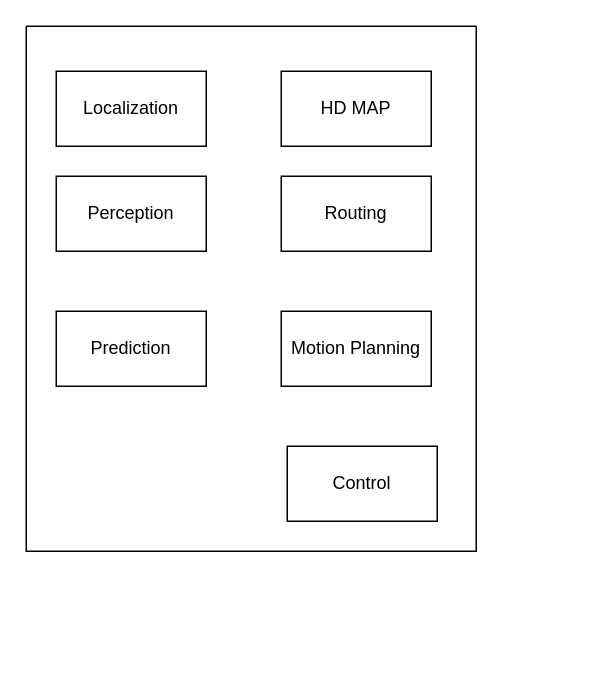
Earlier version of the draw.io diagram Untitled Diagram.drawio (smallzjuer/sav-smu.github.io). Source tidied: cells renumbered, new cells numbered last; positions are measured from the earlier drawing's top-left corner, leaving out a move shared by most shapes. Both pictures are drawn from the tidied source at 150%, with x=0, y=0 at pixel (26, 26).
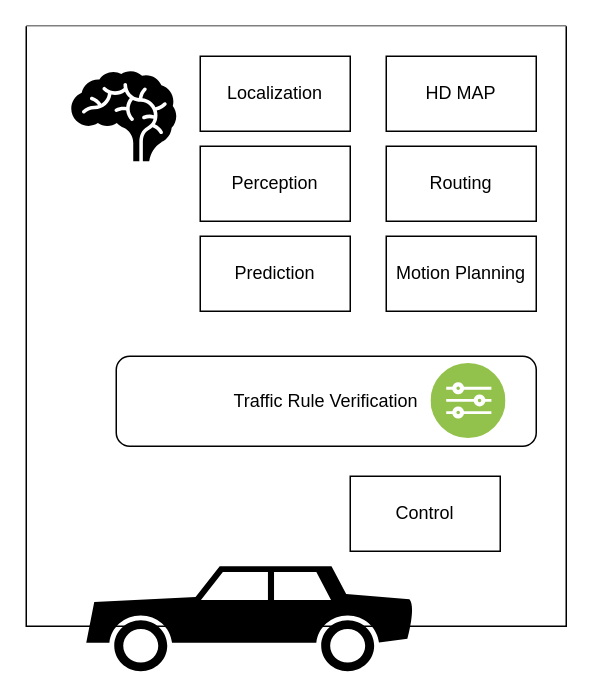
Above is the later version.

The edit, as a diff of the source:
```diff
@@
 <mxGraphModel>
   <root>
     <mxCell id="0" />
     <mxCell id="1" parent="0" />
-    <mxCell id="2" style="swimlane;startSize=0;" parent="1" vertex="1">
-      <mxGeometry width="300" height="350" as="geometry" />
+    <mxCell id="2" style="swimlane;startSize=0;gradientColor=#ffffff;swimlaneFillColor=default;" parent="1" vertex="1">
+      <mxGeometry width="360" height="400" as="geometry" />
     </mxCell>
-    <mxCell id="3" value="Control" style="rounded=0;whiteSpace=wrap;html=1;" parent="2" vertex="1">
-      <mxGeometry x="174" y="280" width="100" height="50" as="geometry" />
-    </mxCell>
     <mxCell id="4" value="Perception" style="rounded=0;whiteSpace=wrap;html=1;" parent="2" vertex="1">
-      <mxGeometry x="20" y="100" width="100" height="50" as="geometry" />
+      <mxGeometry x="116" y="80" width="100" height="50" as="geometry" />
     </mxCell>
     <mxCell id="5" value="Localization" style="rounded=0;whiteSpace=wrap;html=1;" parent="2" vertex="1">
-      <mxGeometry x="20" y="30" width="100" height="50" as="geometry" />
+      <mxGeometry x="116" y="20" width="100" height="50" as="geometry" />
     </mxCell>
     <mxCell id="6" value="HD MAP" style="rounded=0;whiteSpace=wrap;html=1;" parent="2" vertex="1">
-      <mxGeometry x="170" y="30" width="100" height="50" as="geometry" />
+      <mxGeometry x="240" y="20" width="100" height="50" as="geometry" />
     </mxCell>
     <mxCell id="7" value="Routing" style="rounded=0;whiteSpace=wrap;html=1;" parent="2" vertex="1">
-      <mxGeometry x="170" y="100" width="100" height="50" as="geometry" />
+      <mxGeometry x="240" y="80" width="100" height="50" as="geometry" />
     </mxCell>
     <mxCell id="8" value="Prediction" style="rounded=0;whiteSpace=wrap;html=1;" parent="2" vertex="1">
-      <mxGeometry x="20" y="190" width="100" height="50" as="geometry" />
+      <mxGeometry x="116" y="140" width="100" height="50" as="geometry" />
     </mxCell>
     <mxCell id="9" value="Motion Planning" style="rounded=0;whiteSpace=wrap;html=1;" parent="2" vertex="1">
-      <mxGeometry x="170" y="190" width="100" height="50" as="geometry" />
+      <mxGeometry x="240" y="140" width="100" height="50" as="geometry" />
     </mxCell>
+    <mxCell id="10" style="shape=mxgraph.signs.healthcare.brain;html=1;fillColor=#000000;strokeColor=none;verticalLabelPosition=bottom;verticalAlign=top;align=center;sketch=0;" parent="2" vertex="1">
+      <mxGeometry x="30" y="30" width="70" height="60" as="geometry" />
+    </mxCell>
+    <mxCell id="3" value="Control" style="rounded=0;whiteSpace=wrap;html=1;" parent="2" vertex="1">
+      <mxGeometry x="216" y="300" width="100" height="50" as="geometry" />
+    </mxCell>
+    <mxCell id="11" style="shape=mxgraph.signs.transportation.car_2;html=1;fillColor=#000000;strokeColor=none;verticalLabelPosition=bottom;verticalAlign=top;align=center;sketch=0;" parent="2" vertex="1">
+      <mxGeometry x="40" y="360" width="220" height="70" as="geometry" />
+    </mxCell>
+    <mxCell id="12" value="Traffic Rule Verification" style="rounded=1;whiteSpace=wrap;html=1;gradientColor=#ffffff;" parent="2" vertex="1">
+      <mxGeometry x="60" y="220" width="280" height="60" as="geometry" />
+    </mxCell>
+    <mxCell id="13" style="perimeter=ellipsePerimeter;html=1;align=center;shadow=0;dashed=0;fontColor=#4277BB;labelBackgroundColor=#ffffff;fontSize=12;spacingTop=3;image;image=img/lib/ibm/vpc/Rules.svg;gradientColor=#ffffff;" parent="2" vertex="1">
+      <mxGeometry x="270" y="225" width="50" height="50" as="geometry" />
+    </mxCell>
   </root>
 </mxGraphModel>
```
